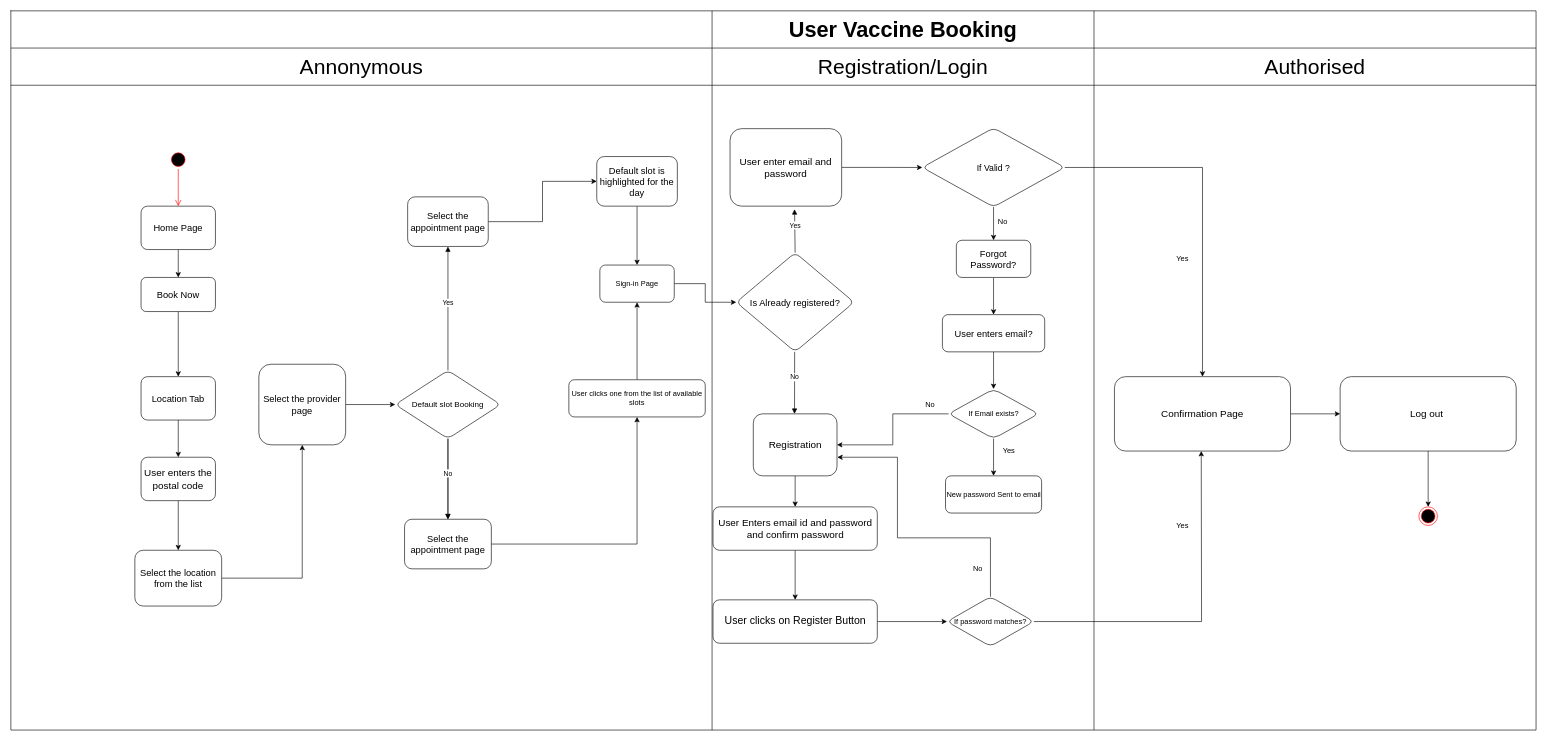
This is User Vaccine Booking - Activity Diagram.drawio from Janani-Manoharan/CovidDots, a draw.io file, before an edit. Source tidied: cells renumbered, new cells numbered last; positions are measured from the earlier drawing's top-left corner, leaving out a move shared by most shapes. Both pictures are drawn from the tidied source at 62%, with x=0, y=0 at pixel (11, 11).
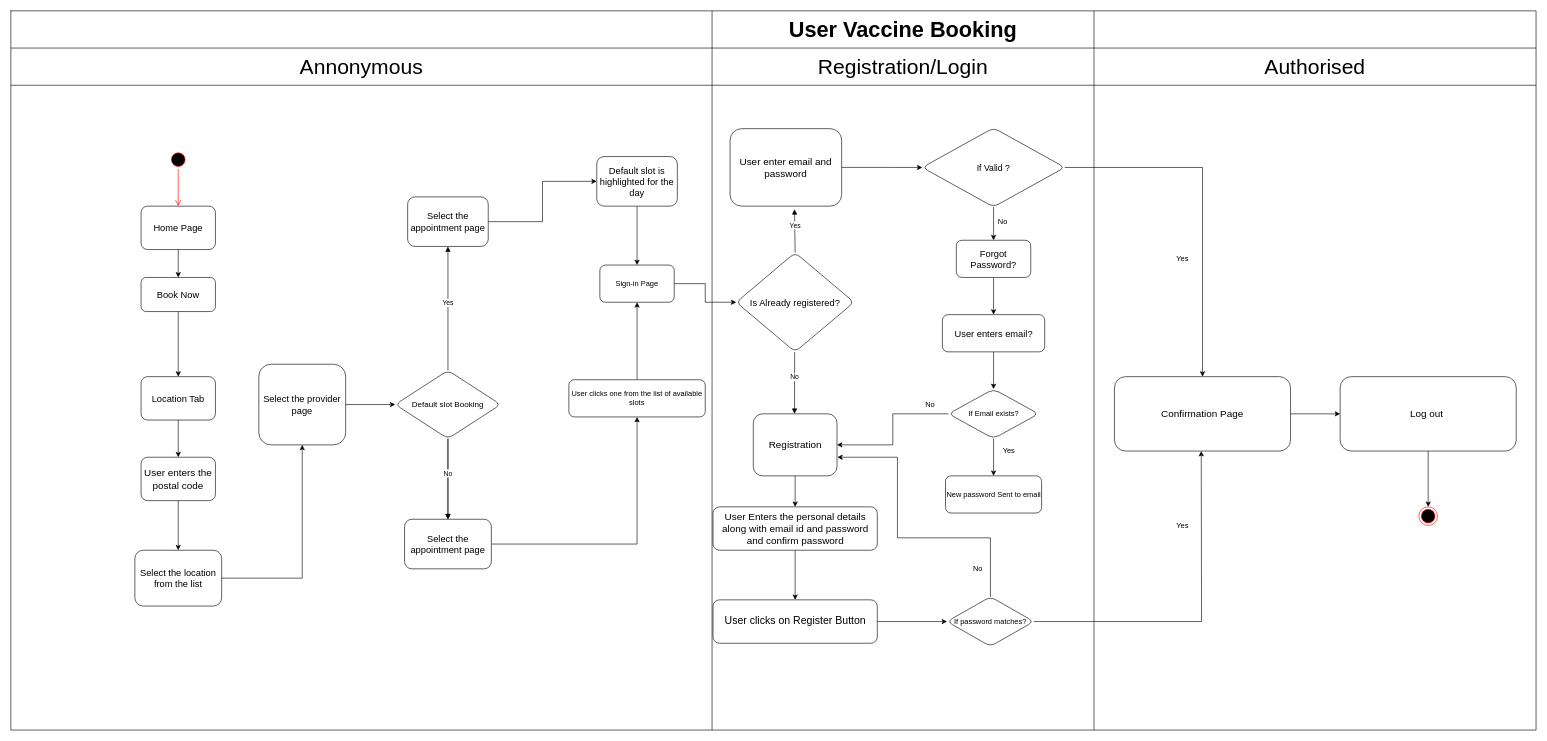
Above is the later version.

The edit, as a diff of the source:
```diff
@@
-    <mxCell id="65" value="&lt;font style=&quot;font-size: 16px&quot;&gt;User Enters email id and password and confirm password&lt;/font&gt;" style="whiteSpace=wrap;html=1;rounded=1;shadow=0;strokeWidth=1;glass=0;" parent="1" vertex="1">
+    <mxCell id="65" value="&lt;font style=&quot;font-size: 16px&quot;&gt;User Enters the personal details along with email id and password and confirm password&lt;/font&gt;" style="whiteSpace=wrap;html=1;rounded=1;shadow=0;strokeWidth=1;glass=0;" parent="1" vertex="1">
       <mxGeometry x="1132.5" y="800" width="265" height="70" as="geometry" />
     </mxCell>
```
